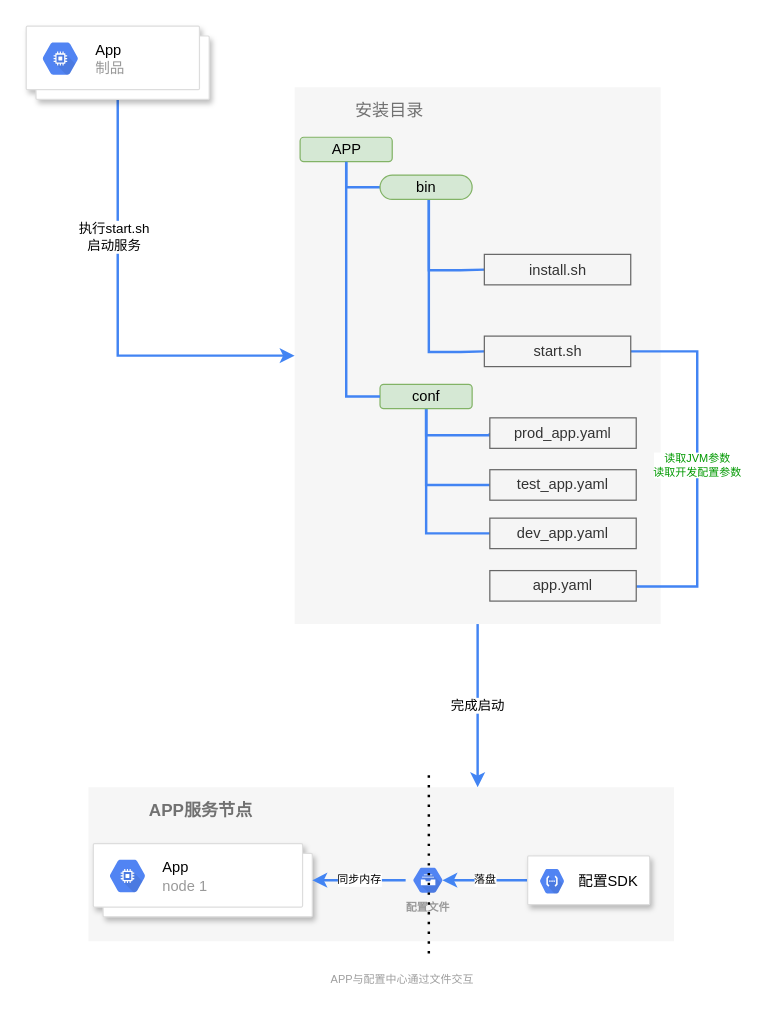
Above: page "制品运行" (7 of 11) of universal-engine/配置中心V1.0.drawio in karlchan-cn/drawio-repository (draw.io), before the change. Source tidied: cells renumbered, new cells numbered last; positions are measured from the earlier drawing's top-left corner, leaving out a move shared by most shapes. Both pictures are drawn from the tidied source at 122%, with x=0, y=0 at pixel (26, 26).
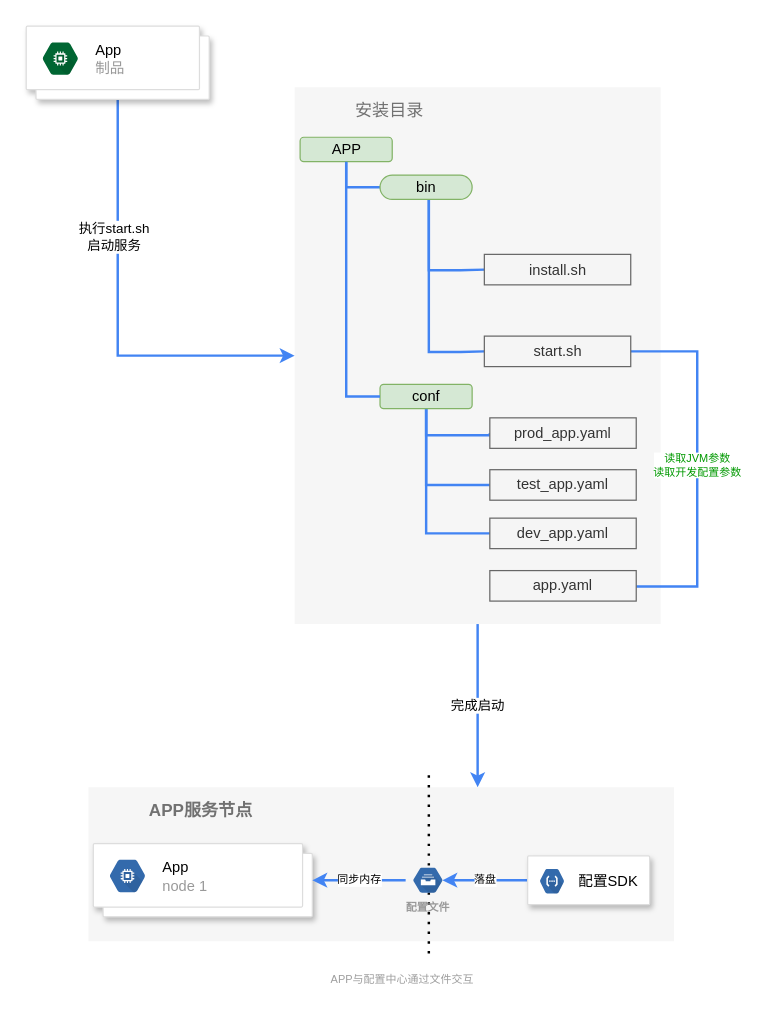
Above is the later version.

Unchanged cells that the change refers to:
```xml
<mxCell id="23" style="shape=mxgraph.gcp2.doubleRect;strokeColor=#dddddd;fillColor=#ffffff;shadow=1;strokeWidth=1;fontSize=12;fontColor=#9E9E9E;align=center;html=1;" parent="1" vertex="1">
  <mxGeometry width="150" height="60" as="geometry" />
</mxCell>
<mxCell id="26" style="shape=mxgraph.gcp2.doubleRect;strokeColor=#dddddd;fillColor=#ffffff;shadow=1;strokeWidth=1;fontSize=12;fontColor=#9E9E9E;align=center;html=1;" parent="1" vertex="1">
  <mxGeometry x="55" y="670" width="179.5" height="60" as="geometry" />
</mxCell>
<mxCell id="29" style="strokeColor=#dddddd;shadow=1;strokeWidth=1;rounded=1;absoluteArcSize=1;arcSize=2;fontSize=9;" parent="1" vertex="1">
  <mxGeometry x="411" y="680" width="100" height="40" as="geometry" />
</mxCell>
```

Diff of the diagram source:
```diff
@@
-    <mxCell id="24" value="&lt;font color=&quot;#000000&quot;&gt;App&lt;/font&gt;&lt;br&gt;制品" style="dashed=0;html=1;fillColor=#5184F3;strokeColor=none;shape=mxgraph.gcp2.hexIcon;prIcon=compute_engine;labelPosition=right;verticalLabelPosition=middle;align=left;verticalAlign=middle;spacingLeft=5;fontColor=#999999;fontSize=12;" parent="23" vertex="1">
+    <mxCell id="24" value="&lt;font color=&quot;#000000&quot;&gt;App&lt;/font&gt;&lt;br&gt;制品" style="dashed=0;html=1;fillColor=#006633;strokeColor=none;shape=mxgraph.gcp2.hexIcon;prIcon=compute_engine;labelPosition=right;verticalLabelPosition=middle;align=left;verticalAlign=middle;spacingLeft=5;fontColor=#999999;fontSize=12;" parent="23" vertex="1">
       <mxGeometry y="0.5" width="44" height="39" relative="1" as="geometry">
         <mxPoint x="6" y="-23" as="offset" />
       </mxGeometry>
     </mxCell>
@@
-    <mxCell id="27" value="&lt;font color=&quot;#000000&quot;&gt;App&lt;/font&gt;&lt;br&gt;node 1" style="dashed=0;html=1;fillColor=#5184F3;strokeColor=none;shape=mxgraph.gcp2.hexIcon;prIcon=compute_engine;labelPosition=right;verticalLabelPosition=middle;align=left;verticalAlign=middle;spacingLeft=5;fontColor=#999999;fontSize=12;" parent="26" vertex="1">
+    <mxCell id="27" value="&lt;font color=&quot;#000000&quot;&gt;App&lt;/font&gt;&lt;br&gt;node 1" style="dashed=0;html=1;fillColor=#336AAC;strokeColor=none;shape=mxgraph.gcp2.hexIcon;prIcon=compute_engine;labelPosition=right;verticalLabelPosition=middle;align=left;verticalAlign=middle;spacingLeft=5;fontColor=#999999;fontSize=12;" parent="26" vertex="1">
       <mxGeometry y="0.5" width="44" height="39" relative="1" as="geometry">
         <mxPoint x="6" y="-23" as="offset" />
       </mxGeometry>
     </mxCell>
@@
-    <mxCell id="30" value="&lt;font color=&quot;#000000&quot;&gt;配置SDK&lt;/font&gt;" style="sketch=0;dashed=0;html=1;fillColor=#5184F3;strokeColor=none;shape=mxgraph.gcp2.hexIcon;prIcon=cloud_functions;labelPosition=right;verticalLabelPosition=middle;align=left;verticalAlign=middle;spacingLeft=5;fontColor=#999999;fontSize=12;" parent="29" vertex="1">
+    <mxCell id="30" value="&lt;font color=&quot;#000000&quot;&gt;配置SDK&lt;/font&gt;" style="sketch=0;dashed=0;html=1;fillColor=#336AAC;strokeColor=none;shape=mxgraph.gcp2.hexIcon;prIcon=cloud_functions;labelPosition=right;verticalLabelPosition=middle;align=left;verticalAlign=middle;spacingLeft=5;fontColor=#999999;fontSize=12;" parent="29" vertex="1">
       <mxGeometry y="0.5" width="30" height="29.5" relative="1" as="geometry">
         <mxPoint x="5" y="-14" as="offset" />
       </mxGeometry>
     </mxCell>
@@
+    <mxCell id="34" style="endArrow=none;dashed=1;html=1;dashPattern=1 3;strokeWidth=2;rounded=0;fontSize=9;" parent="1" edge="1">
+      <mxGeometry relative="1" as="geometry">
+        <mxPoint x="330" y="760" as="sourcePoint" />
+        <mxPoint x="330" y="610" as="targetPoint" />
+      </mxGeometry>
+    </mxCell>
-    <mxCell id="33" value="&lt;font style=&quot;font-size: 9px&quot;&gt;配置文件&lt;/font&gt;" style="sketch=0;html=1;fillColor=#5184F3;strokeColor=none;verticalAlign=top;labelPosition=center;verticalLabelPosition=bottom;align=center;spacingTop=-6;fontSize=11;fontStyle=1;fontColor=#999999;shape=mxgraph.gcp2.hexIcon;prIcon=cloud_filestore;" parent="1" vertex="1">
+    <mxCell id="33" value="&lt;font style=&quot;font-size: 9px&quot;&gt;配置文件&lt;/font&gt;" style="sketch=0;html=1;fillColor=#336AAC;strokeColor=none;verticalAlign=top;labelPosition=center;verticalLabelPosition=bottom;align=center;spacingTop=-6;fontSize=11;fontStyle=1;fontColor=#999999;shape=mxgraph.gcp2.hexIcon;prIcon=cloud_filestore;" parent="1" vertex="1">
       <mxGeometry x="311" y="685" width="36.5" height="30" as="geometry" />
     </mxCell>
-    <mxCell id="34" style="endArrow=none;dashed=1;html=1;dashPattern=1 3;strokeWidth=2;rounded=0;fontSize=9;" parent="1" edge="1">
-      <mxGeometry relative="1" as="geometry">
-        <mxPoint x="330" y="760" as="sourcePoint" />
-        <mxPoint x="330" y="610" as="targetPoint" />
-      </mxGeometry>
-    </mxCell>
```
